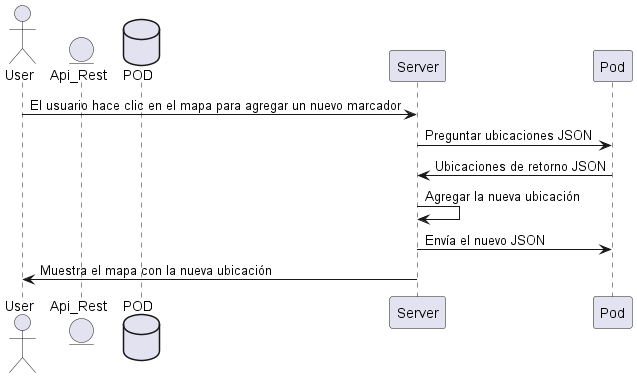
Arquisoft/lomap_es6a keeps this PlantUML diagram as images/Sequence diagram - Saving Locations - mobileapp.png. Above is the earlier version.
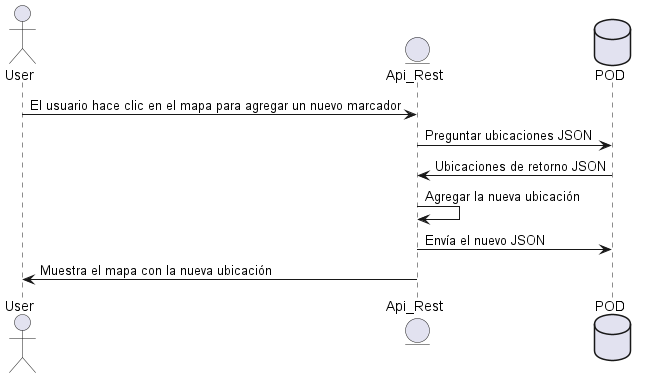
Later version of the same file.

Change to the diagram source:
```diff
@@ -3,10 +3,10 @@
 entity Api_Rest
 database POD
 
-User-> Server: El usuario hace clic en el mapa para agregar un nuevo marcador
-Server ->Pod: Preguntar ubicaciones JSON
-Pod-> Server: Ubicaciones de retorno JSON
-Server -> Server: Agregar la nueva ubicación
-Server ->Pod: Envía el nuevo JSON
-Server ->User: Muestra el mapa con la nueva ubicación
+User-> Api_Rest: El usuario hace clic en el mapa para agregar un nuevo marcador
+Api_Rest ->POD: Preguntar ubicaciones JSON
+POD-> Api_Rest: Ubicaciones de retorno JSON
+Api_Rest -> Api_Rest: Agregar la nueva ubicación
+Api_Rest ->POD: Envía el nuevo JSON
+Api_Rest ->User: Muestra el mapa con la nueva ubicación
 @enduml
```
